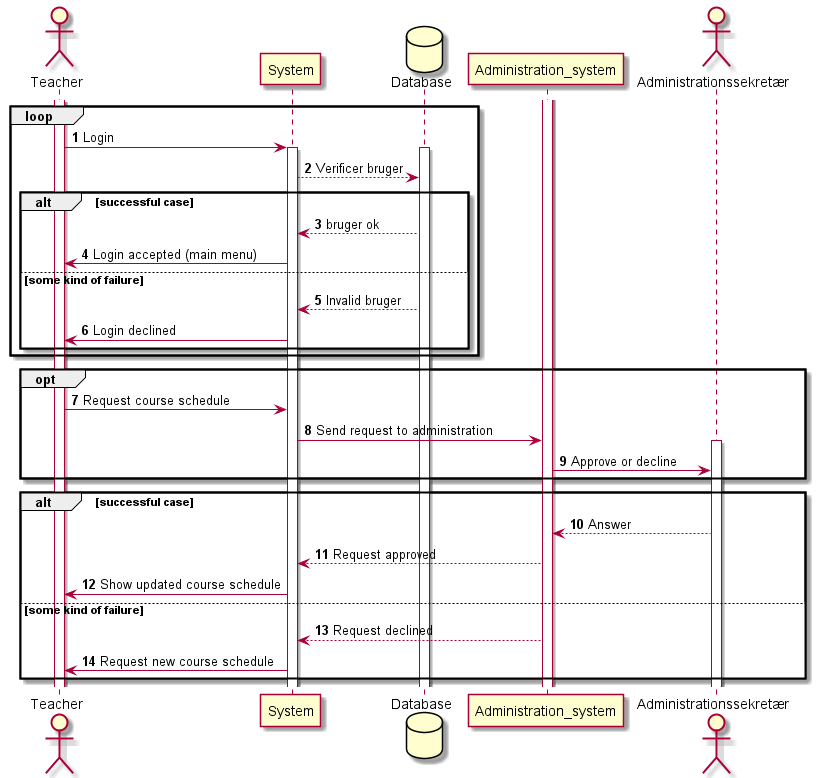
This is Diagrams/Sequence diagram Teacher.png from cille-pigen9/Systemudvikling-2022, a PlantUML export, as it was before one commit.
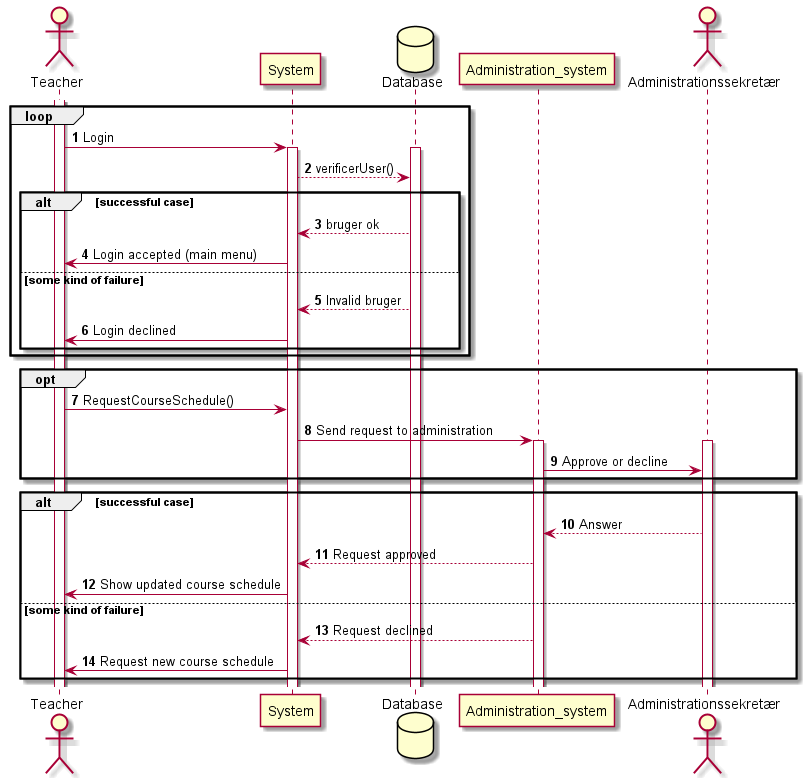
Later version of the same file.

What changed in the source:
```diff
@@ -10,7 +10,7 @@
 activate System
 database Database
 activate Database
-System ---> Database: Verificer bruger
+System ---> Database: verificerUser()
 alt successful case
 Database --> System: bruger ok
 System -> Teacher: Login accepted (main menu)
@@ -20,15 +20,17 @@
 end
 end
 opt
-Teacher -> System: Request course schedule
+Teacher -> System: RequestCourseSchedule()
 System -> Administration_system: Send request to administration
+activate Administration_system
 actor Administrationssekretær
 activate Administrationssekretær
 Administration_system -> Administrationssekretær: Approve or decline
 end
 alt successful case
-activate Administration_system
+
 Administrationssekretær --> Administration_system: Answer
+
 Administration_system --> System: Request approved
 System -> Teacher: Show updated course schedule
 else some kind of failure
```
